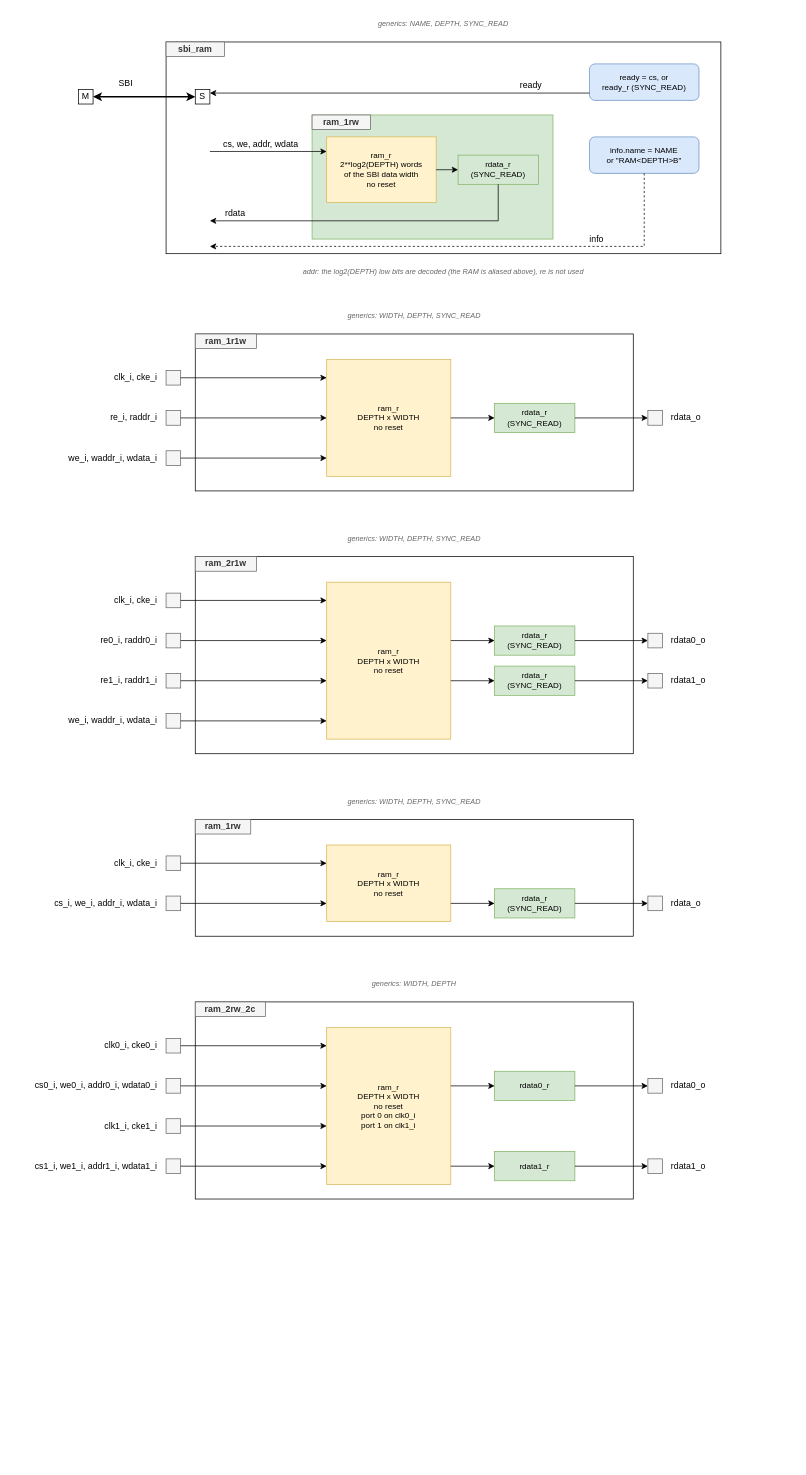
This is doc/ram.drawio from deuskane/asylum-component-ram, a draw.io file, before an edit. Source tidied: cells renumbered, new cells numbered last; positions are measured from the earlier drawing's top-left corner, leaving out a move shared by most shapes. Both pictures are drawn from the tidied source at 73%, with x=0, y=0 at pixel (12, 12).
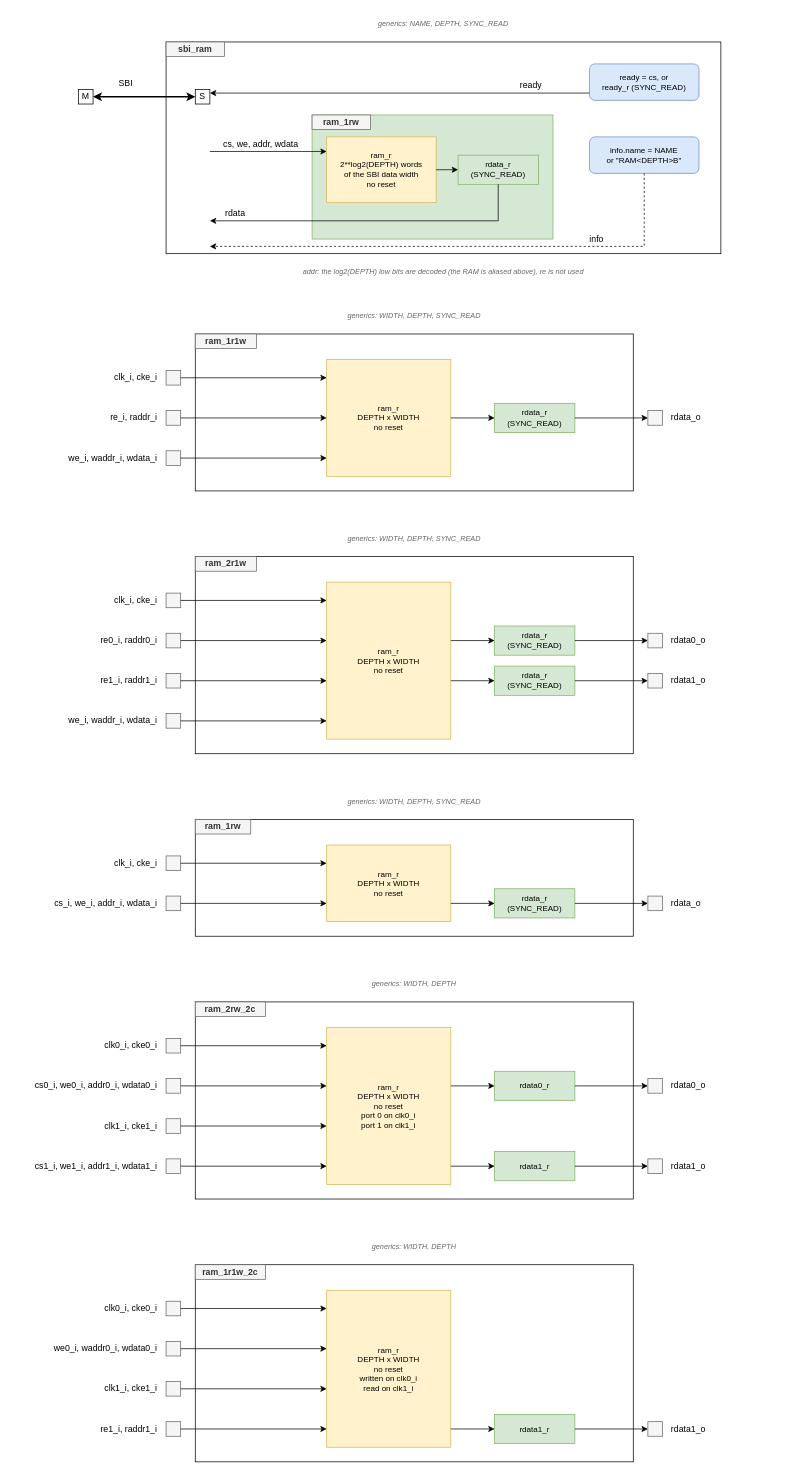
The same diagram, later.

Diff of the diagram source:
```diff
@@
+    <mxCell id="110" value="generics: WIDTH, DEPTH" style="text;html=1;whiteSpace=wrap;strokeColor=none;fillColor=none;verticalAlign=middle;rounded=0;fontSize=10;fontColor=#666666;fontStyle=2;align=center;" parent="1" vertex="1">
+      <mxGeometry x="250" y="1675" width="600" height="30" as="geometry" />
+    </mxCell>
+    <mxCell id="111" style="rounded=0;whiteSpace=wrap;html=1;" parent="1" vertex="1">
+      <mxGeometry x="250" y="1715" width="600" height="270" as="geometry" />
+    </mxCell>
+    <mxCell id="112" value="ram_1r1w_2c" style="rounded=0;whiteSpace=wrap;html=1;fontStyle=1;fillColor=#f5f5f5;fontColor=#333333;strokeColor=#666666;" parent="1" vertex="1">
+      <mxGeometry x="250" y="1715" width="96" height="20" as="geometry" />
+    </mxCell>
+    <mxCell id="113" value="ram_r&lt;br&gt;DEPTH x WIDTH&lt;br&gt;no reset&lt;br&gt;written on clk0_i&lt;br&gt;read on clk1_i" style="rounded=0;whiteSpace=wrap;html=1;fontSize=11;fillColor=#fff2cc;strokeColor=#d6b656;" parent="1" vertex="1">
+      <mxGeometry x="430" y="1750" width="170" height="215" as="geometry" />
+    </mxCell>
+    <mxCell id="114" value="clk0_i, cke0_i" style="text;html=1;whiteSpace=wrap;strokeColor=none;fillColor=none;verticalAlign=middle;rounded=0;align=right;" parent="1" vertex="1">
+      <mxGeometry y="1760" width="200" height="30" as="geometry" />
+    </mxCell>
+    <mxCell id="115" style="rounded=0;whiteSpace=wrap;html=1;fillColor=#f5f5f5;fontColor=#333333;strokeColor=#666666;" parent="1" vertex="1">
+      <mxGeometry x="210" y="1765" width="20" height="20" as="geometry" />
+    </mxCell>
+    <mxCell id="116" style="edgeStyle=orthogonalEdgeStyle;rounded=0;html=1;" parent="1" edge="1">
+      <mxGeometry relative="1" as="geometry">
+        <mxPoint x="230" y="1775" as="sourcePoint" />
+        <mxPoint x="430" y="1775" as="targetPoint" />
+      </mxGeometry>
+    </mxCell>
+    <mxCell id="117" value="we0_i, waddr0_i, wdata0_i" style="text;html=1;whiteSpace=wrap;strokeColor=none;fillColor=none;verticalAlign=middle;rounded=0;align=right;" parent="1" vertex="1">
+      <mxGeometry y="1815" width="200" height="30" as="geometry" />
+    </mxCell>
+    <mxCell id="118" style="rounded=0;whiteSpace=wrap;html=1;fillColor=#f5f5f5;fontColor=#333333;strokeColor=#666666;" parent="1" vertex="1">
+      <mxGeometry x="210" y="1820" width="20" height="20" as="geometry" />
+    </mxCell>
+    <mxCell id="119" style="edgeStyle=orthogonalEdgeStyle;rounded=0;html=1;" parent="1" edge="1">
+      <mxGeometry relative="1" as="geometry">
+        <mxPoint x="230" y="1830" as="sourcePoint" />
+        <mxPoint x="430" y="1830" as="targetPoint" />
+      </mxGeometry>
+    </mxCell>
+    <mxCell id="120" value="clk1_i, cke1_i" style="text;html=1;whiteSpace=wrap;strokeColor=none;fillColor=none;verticalAlign=middle;rounded=0;align=right;" parent="1" vertex="1">
+      <mxGeometry y="1870" width="200" height="30" as="geometry" />
+    </mxCell>
+    <mxCell id="121" style="rounded=0;whiteSpace=wrap;html=1;fillColor=#f5f5f5;fontColor=#333333;strokeColor=#666666;" parent="1" vertex="1">
+      <mxGeometry x="210" y="1875" width="20" height="20" as="geometry" />
+    </mxCell>
+    <mxCell id="122" style="edgeStyle=orthogonalEdgeStyle;rounded=0;html=1;" parent="1" edge="1">
+      <mxGeometry relative="1" as="geometry">
+        <mxPoint x="230" y="1885" as="sourcePoint" />
+        <mxPoint x="430" y="1885" as="targetPoint" />
+      </mxGeometry>
+    </mxCell>
+    <mxCell id="123" value="re1_i, raddr1_i" style="text;html=1;whiteSpace=wrap;strokeColor=none;fillColor=none;verticalAlign=middle;rounded=0;align=right;" parent="1" vertex="1">
+      <mxGeometry y="1925" width="200" height="30" as="geometry" />
+    </mxCell>
+    <mxCell id="124" style="rounded=0;whiteSpace=wrap;html=1;fillColor=#f5f5f5;fontColor=#333333;strokeColor=#666666;" parent="1" vertex="1">
+      <mxGeometry x="210" y="1930" width="20" height="20" as="geometry" />
+    </mxCell>
+    <mxCell id="125" style="edgeStyle=orthogonalEdgeStyle;rounded=0;html=1;" parent="1" edge="1">
+      <mxGeometry relative="1" as="geometry">
+        <mxPoint x="230" y="1940" as="sourcePoint" />
+        <mxPoint x="430" y="1940" as="targetPoint" />
+      </mxGeometry>
+    </mxCell>
+    <mxCell id="126" value="rdata1_r" style="rounded=0;whiteSpace=wrap;html=1;fontSize=11;fillColor=#d5e8d4;strokeColor=#82b366;" parent="1" vertex="1">
+      <mxGeometry x="660" y="1920" width="110" height="40" as="geometry" />
+    </mxCell>
+    <mxCell id="127" style="edgeStyle=orthogonalEdgeStyle;rounded=0;html=1;" parent="1" edge="1">
+      <mxGeometry relative="1" as="geometry">
+        <mxPoint x="600" y="1940" as="sourcePoint" />
+        <mxPoint x="660" y="1940" as="targetPoint" />
+      </mxGeometry>
+    </mxCell>
+    <mxCell id="128" style="rounded=0;whiteSpace=wrap;html=1;fillColor=#f5f5f5;fontColor=#333333;strokeColor=#666666;" parent="1" vertex="1">
+      <mxGeometry x="870" y="1930" width="20" height="20" as="geometry" />
+    </mxCell>
+    <mxCell id="129" style="edgeStyle=orthogonalEdgeStyle;rounded=0;html=1;" parent="1" edge="1">
+      <mxGeometry relative="1" as="geometry">
+        <mxPoint x="770" y="1940" as="sourcePoint" />
+        <mxPoint x="870" y="1940" as="targetPoint" />
+      </mxGeometry>
+    </mxCell>
+    <mxCell id="130" value="rdata1_o" style="text;html=1;whiteSpace=wrap;strokeColor=none;fillColor=none;verticalAlign=middle;rounded=0;align=left;" parent="1" vertex="1">
+      <mxGeometry x="900" y="1925" width="170" height="30" as="geometry" />
+    </mxCell>
```
